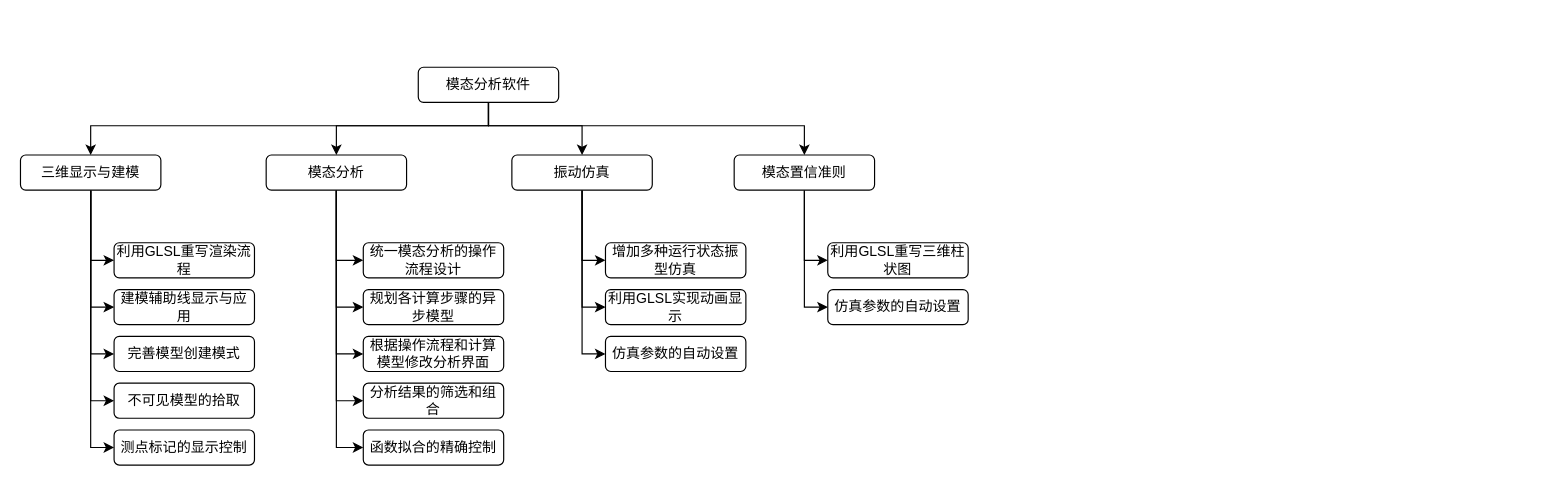
Earlier version of the draw.io diagram graphs/modal-analysis-funcs.drawio (zhugy08/drawio). Source tidied: cells renumbered, new cells numbered last; positions are measured from the earlier drawing's top-left corner, leaving out a move shared by most shapes. Both pictures are drawn from the tidied source at 117%, with x=0, y=0 at pixel (20, 67).
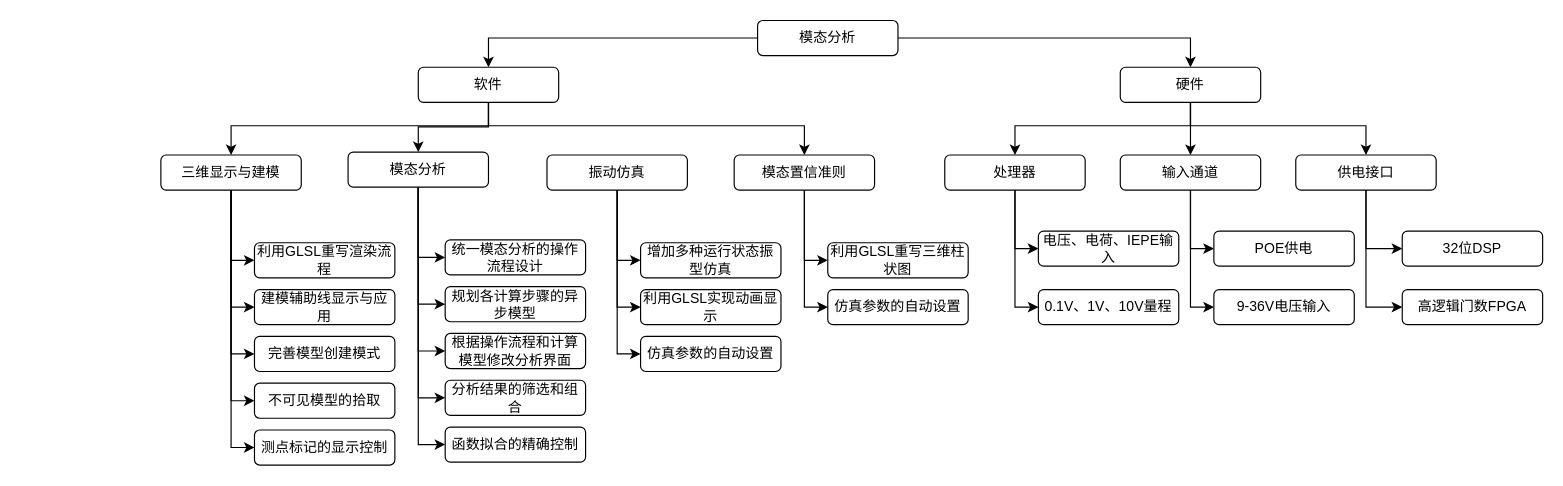
The same diagram, later.

The change refers to these unchanged cells:
```xml
<mxCell id="37" value="模态置信准则" style="rounded=1;whiteSpace=wrap;html=1;fontSize=12;" parent="1" vertex="1">
  <mxGeometry x="610" y="75" width="120" height="30" as="geometry" />
</mxCell>
```

Diff of the diagram source:
```diff
@@
+    <mxCell id="5" style="edgeStyle=orthogonalEdgeStyle;rounded=0;jettySize=auto;html=1;entryX=0.5;entryY=0;entryDx=0;entryDy=0;" parent="1" edge="1" source="6" target="37">
+      <mxGeometry relative="1" as="geometry">
+        <Array as="points">
+          <mxPoint x="400" y="50" />
+          <mxPoint x="670" y="50" />
+        </Array>
+      </mxGeometry>
+    </mxCell>
+    <mxCell id="3" style="edgeStyle=orthogonalEdgeStyle;rounded=0;jettySize=auto;html=1;entryX=0.5;entryY=0;entryDx=0;entryDy=0;" parent="1" edge="1" source="6" target="30">
+      <mxGeometry relative="1" as="geometry">
+        <Array as="points">
+          <mxPoint x="400" y="51" />
+          <mxPoint x="340" y="51" />
+        </Array>
+      </mxGeometry>
+    </mxCell>
     <mxCell id="2" style="edgeStyle=orthogonalEdgeStyle;rounded=0;jettySize=auto;html=1;" parent="1" edge="1" source="6" target="24">
       <mxGeometry relative="1" as="geometry">
         <Array as="points">
           <mxPoint x="400" y="50" />
-          <mxPoint x="60" y="50" />
+          <mxPoint x="180" y="50" />
         </Array>
       </mxGeometry>
     </mxCell>
-    <mxCell id="3" style="edgeStyle=orthogonalEdgeStyle;rounded=0;jettySize=auto;html=1;" parent="1" edge="1" source="6" target="30">
-      <mxGeometry relative="1" as="geometry">
-        <Array as="points">
-          <mxPoint x="400" y="50" />
-          <mxPoint x="270" y="50" />
-        </Array>
-      </mxGeometry>
-    </mxCell>
-    <mxCell id="4" style="edgeStyle=orthogonalEdgeStyle;rounded=0;jettySize=auto;html=1;entryX=0.5;entryY=0;entryDx=0;entryDy=0;" parent="1" edge="1" source="6" target="34">
-      <mxGeometry relative="1" as="geometry">
-        <Array as="points">
-          <mxPoint x="400" y="50" />
-          <mxPoint x="480" y="50" />
-        </Array>
-      </mxGeometry>
-    </mxCell>
-    <mxCell id="5" style="edgeStyle=orthogonalEdgeStyle;rounded=0;jettySize=auto;html=1;entryX=0.5;entryY=0;entryDx=0;entryDy=0;" parent="1" edge="1" source="6" target="37">
-      <mxGeometry relative="1" as="geometry">
-        <Array as="points">
-          <mxPoint x="400" y="50" />
-          <mxPoint x="670" y="50" />
-        </Array>
-      </mxGeometry>
-    </mxCell>
-    <mxCell id="6" value="模态分析软件" style="rounded=1;whiteSpace=wrap;html=1;" parent="1" vertex="1">
+    <mxCell id="6" value="软件" style="rounded=1;whiteSpace=wrap;html=1;" parent="1" vertex="1">
       <mxGeometry x="340" width="120" height="30" as="geometry" />
     </mxCell>
     <mxCell id="7" value="完善模型创建模式" style="rounded=1;whiteSpace=wrap;html=1;fontSize=12;" parent="1" vertex="1">
-      <mxGeometry x="80" y="230" width="120" height="30" as="geometry" />
+      <mxGeometry x="200" y="230" width="120" height="30" as="geometry" />
     </mxCell>
     <mxCell id="8" value="根据操作流程和计算模型修改分析界面" style="rounded=1;whiteSpace=wrap;html=1;fontSize=12;" parent="1" vertex="1">
-      <mxGeometry x="293" y="230" width="120" height="30" as="geometry" />
+      <mxGeometry x="363" y="227.5" width="120" height="30" as="geometry" />
     </mxCell>
     <mxCell id="9" value="不可见模型的拾取" style="rounded=1;whiteSpace=wrap;html=1;fontSize=12;" parent="1" vertex="1">
-      <mxGeometry x="80" y="270" width="120" height="30" as="geometry" />
+      <mxGeometry x="200" y="270" width="120" height="30" as="geometry" />
     </mxCell>
     <mxCell id="10" value="测点标记的显示控制" style="rounded=1;whiteSpace=wrap;html=1;fontSize=12;" parent="1" vertex="1">
-      <mxGeometry x="80" y="310" width="120" height="30" as="geometry" />
+      <mxGeometry x="200" y="310" width="120" height="30" as="geometry" />
     </mxCell>
     <mxCell id="11" value="统一模态分析的操作流程设计" style="rounded=1;whiteSpace=wrap;html=1;fontSize=12;" parent="1" vertex="1">
-      <mxGeometry x="293" y="150" width="120" height="30" as="geometry" />
+      <mxGeometry x="363" y="147.5" width="120" height="30" as="geometry" />
     </mxCell>
     <mxCell id="12" value="分析结果的筛选和组合" style="rounded=1;whiteSpace=wrap;html=1;fontSize=12;" parent="1" vertex="1">
-      <mxGeometry x="293" y="270" width="120" height="30" as="geometry" />
+      <mxGeometry x="363" y="267.5" width="120" height="30" as="geometry" />
     </mxCell>
     <mxCell id="13" value="函数拟合的精确控制" style="rounded=1;whiteSpace=wrap;html=1;fontSize=12;" parent="1" vertex="1">
-      <mxGeometry x="293" y="310" width="120" height="30" as="geometry" />
+      <mxGeometry x="363" y="307.5" width="120" height="30" as="geometry" />
     </mxCell>
     <mxCell id="14" value="增加多种运行状态振型仿真" style="rounded=1;whiteSpace=wrap;html=1;fontSize=12;" parent="1" vertex="1">
-      <mxGeometry x="500" y="150" width="120" height="30" as="geometry" />
+      <mxGeometry x="530" y="150" width="120" height="30" as="geometry" />
     </mxCell>
     <mxCell id="15" value="利用GLSL实现动画显示" style="rounded=1;whiteSpace=wrap;html=1;fontSize=12;" parent="1" vertex="1">
-      <mxGeometry x="500" y="190" width="120" height="30" as="geometry" />
+      <mxGeometry x="530" y="190" width="120" height="30" as="geometry" />
     </mxCell>
     <mxCell id="16" value="仿真参数的自动设置" style="rounded=1;whiteSpace=wrap;html=1;fontSize=12;" parent="1" vertex="1">
-      <mxGeometry x="500" y="230" width="120" height="30" as="geometry" />
+      <mxGeometry x="530" y="230" width="120" height="30" as="geometry" />
     </mxCell>
     <mxCell id="17" value="规划各计算步骤的异步模型" style="rounded=1;whiteSpace=wrap;html=1;fontSize=12;" parent="1" vertex="1">
-      <mxGeometry x="293" y="190" width="120" height="30" as="geometry" />
+      <mxGeometry x="363" y="187.5" width="120" height="30" as="geometry" />
     </mxCell>
     <mxCell id="18" value="建模辅助线显示与应用" style="rounded=1;whiteSpace=wrap;html=1;fontSize=12;" parent="1" vertex="1">
-      <mxGeometry x="80" y="190" width="120" height="30" as="geometry" />
+      <mxGeometry x="200" y="190" width="120" height="30" as="geometry" />
     </mxCell>
@@
     <mxCell id="24" value="三维显示与建模" style="rounded=1;whiteSpace=wrap;html=1;fontSize=12;" parent="1" vertex="1">
-      <mxGeometry y="75" width="120" height="30" as="geometry" />
+      <mxGeometry x="120" y="75" width="120" height="30" as="geometry" />
     </mxCell>
@@
     <mxCell id="30" value="模态分析" style="rounded=1;whiteSpace=wrap;html=1;fontSize=12;" parent="1" vertex="1">
-      <mxGeometry x="210" y="75" width="120" height="30" as="geometry" />
+      <mxGeometry x="280" y="72.5" width="120" height="30" as="geometry" />
     </mxCell>
@@
     <mxCell id="34" value="振动仿真" style="rounded=1;whiteSpace=wrap;html=1;fontSize=12;" parent="1" vertex="1">
-      <mxGeometry x="420" y="75" width="120" height="30" as="geometry" />
+      <mxGeometry x="450" y="75" width="120" height="30" as="geometry" />
     </mxCell>
@@
     <mxCell id="40" value="利用GLSL重写渲染流程" style="rounded=1;whiteSpace=wrap;html=1;fontSize=12;" parent="1" vertex="1">
-      <mxGeometry x="80" y="150" width="120" height="30" as="geometry" />
+      <mxGeometry x="200" y="150" width="120" height="30" as="geometry" />
     </mxCell>
+    <mxCell id="41" style="edgeStyle=orthogonalEdgeStyle;rounded=0;jettySize=auto;html=1;entryX=0.5;entryY=0;entryDx=0;entryDy=0;" parent="1" edge="1" source="43" target="6">
+      <mxGeometry relative="1" as="geometry" />
+    </mxCell>
+    <mxCell id="42" style="edgeStyle=orthogonalEdgeStyle;rounded=0;jettySize=auto;html=1;entryX=0.5;entryY=0;entryDx=0;entryDy=0;" parent="1" edge="1" source="43" target="47">
+      <mxGeometry relative="1" as="geometry" />
+    </mxCell>
+    <mxCell id="43" value="模态分析" style="rounded=1;whiteSpace=wrap;html=1;" parent="1" vertex="1">
+      <mxGeometry x="630" y="-40" width="120" height="30" as="geometry" />
+    </mxCell>
+    <mxCell id="44" style="edgeStyle=orthogonalEdgeStyle;rounded=0;jettySize=auto;html=1;" parent="1" edge="1" source="47" target="50">
+      <mxGeometry relative="1" as="geometry">
+        <Array as="points">
+          <mxPoint x="1000" y="50" />
+          <mxPoint x="850" y="50" />
+        </Array>
+      </mxGeometry>
+    </mxCell>
+    <mxCell id="45" style="edgeStyle=orthogonalEdgeStyle;rounded=0;jettySize=auto;html=1;entryX=0.5;entryY=0;entryDx=0;entryDy=0;" parent="1" edge="1" source="47" target="53">
+      <mxGeometry relative="1" as="geometry" />
+    </mxCell>
+    <mxCell id="46" style="edgeStyle=orthogonalEdgeStyle;rounded=0;jettySize=auto;html=1;entryX=0.5;entryY=0;entryDx=0;entryDy=0;" parent="1" edge="1" source="47" target="56">
+      <mxGeometry relative="1" as="geometry">
+        <Array as="points">
+          <mxPoint x="1000" y="50" />
+          <mxPoint x="1150" y="50" />
+        </Array>
+      </mxGeometry>
+    </mxCell>
+    <mxCell id="47" value="硬件" style="rounded=1;whiteSpace=wrap;html=1;" parent="1" vertex="1">
+      <mxGeometry x="940" width="120" height="30" as="geometry" />
+    </mxCell>
+    <mxCell id="48" style="edgeStyle=orthogonalEdgeStyle;rounded=0;jettySize=auto;html=1;entryX=0;entryY=0.5;entryDx=0;entryDy=0;" parent="1" edge="1" source="50" target="57">
+      <mxGeometry relative="1" as="geometry" />
+    </mxCell>
+    <mxCell id="49" style="edgeStyle=orthogonalEdgeStyle;rounded=0;jettySize=auto;html=1;entryX=0;entryY=0.5;entryDx=0;entryDy=0;" parent="1" edge="1" source="50" target="58">
+      <mxGeometry relative="1" as="geometry" />
+    </mxCell>
+    <mxCell id="50" value="处理器" style="rounded=1;whiteSpace=wrap;html=1;" parent="1" vertex="1">
+      <mxGeometry x="790" y="75" width="120" height="30" as="geometry" />
+    </mxCell>
+    <mxCell id="51" style="edgeStyle=orthogonalEdgeStyle;rounded=0;jettySize=auto;html=1;entryX=0;entryY=0.5;entryDx=0;entryDy=0;" parent="1" edge="1" source="53" target="59">
+      <mxGeometry relative="1" as="geometry" />
+    </mxCell>
+    <mxCell id="52" style="edgeStyle=orthogonalEdgeStyle;rounded=0;jettySize=auto;html=1;entryX=0;entryY=0.5;entryDx=0;entryDy=0;" parent="1" edge="1" source="53" target="60">
+      <mxGeometry relative="1" as="geometry" />
+    </mxCell>
+    <mxCell id="53" value="输入通道" style="rounded=1;whiteSpace=wrap;html=1;" parent="1" vertex="1">
+      <mxGeometry x="940" y="75" width="120" height="30" as="geometry" />
+    </mxCell>
+    <mxCell id="54" style="edgeStyle=orthogonalEdgeStyle;rounded=0;jettySize=auto;html=1;entryX=0;entryY=0.5;entryDx=0;entryDy=0;" parent="1" edge="1" source="56" target="61">
+      <mxGeometry relative="1" as="geometry" />
+    </mxCell>
+    <mxCell id="55" style="edgeStyle=orthogonalEdgeStyle;rounded=0;jettySize=auto;html=1;entryX=0;entryY=0.5;entryDx=0;entryDy=0;" parent="1" edge="1" source="56" target="62">
+      <mxGeometry relative="1" as="geometry" />
+    </mxCell>
+    <mxCell id="56" value="供电接口" style="rounded=1;whiteSpace=wrap;html=1;" parent="1" vertex="1">
+      <mxGeometry x="1090" y="75" width="120" height="30" as="geometry" />
+    </mxCell>
+    <mxCell id="57" value="电压、电荷、IEPE输入" style="rounded=1;whiteSpace=wrap;html=1;" parent="1" vertex="1">
+      <mxGeometry x="870" y="140" width="120" height="30" as="geometry" />
+    </mxCell>
+    <mxCell id="58" value="0.1V、1V、10V量程" style="rounded=1;whiteSpace=wrap;html=1;" parent="1" vertex="1">
+      <mxGeometry x="870" y="190" width="120" height="30" as="geometry" />
+    </mxCell>
+    <mxCell id="59" value="POE供电" style="rounded=1;whiteSpace=wrap;html=1;" parent="1" vertex="1">
+      <mxGeometry x="1020" y="140" width="120" height="30" as="geometry" />
+    </mxCell>
+    <mxCell id="60" value="9-36V电压输入" style="rounded=1;whiteSpace=wrap;html=1;" parent="1" vertex="1">
+      <mxGeometry x="1020" y="190" width="120" height="30" as="geometry" />
+    </mxCell>
+    <mxCell id="61" value="32位DSP" style="rounded=1;whiteSpace=wrap;html=1;" parent="1" vertex="1">
+      <mxGeometry x="1181" y="140" width="120" height="30" as="geometry" />
+    </mxCell>
+    <mxCell id="62" value="高逻辑门数FPGA" style="rounded=1;whiteSpace=wrap;html=1;" parent="1" vertex="1">
+      <mxGeometry x="1181" y="190" width="120" height="30" as="geometry" />
+    </mxCell>
```
